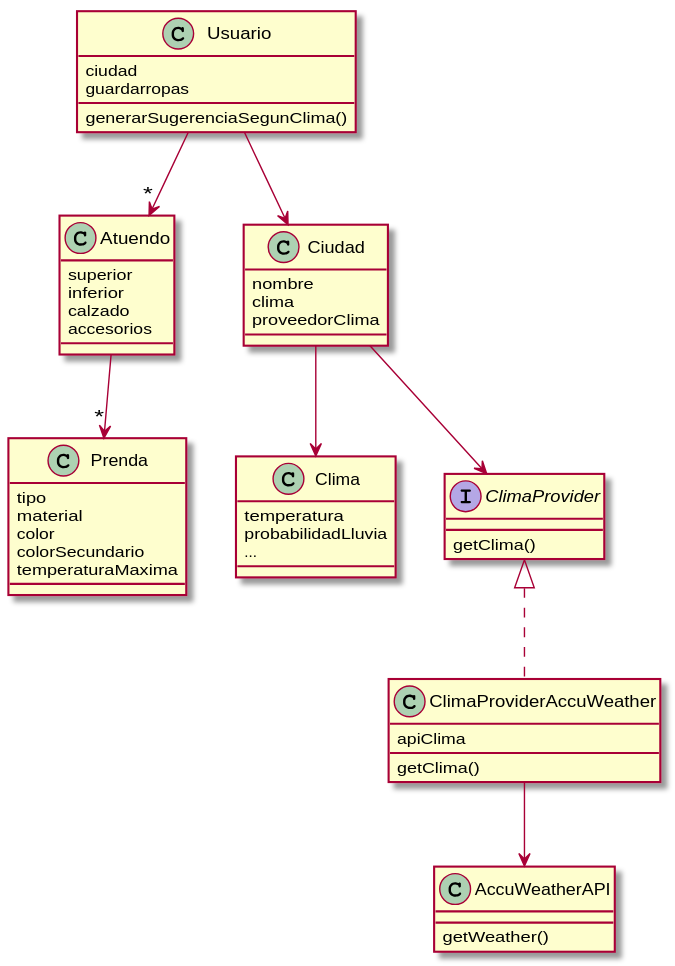
Before: Diagrama de clases.svg, a diagram exported from PlantUML (jaks97/DdS-Que-Me-Pongo).
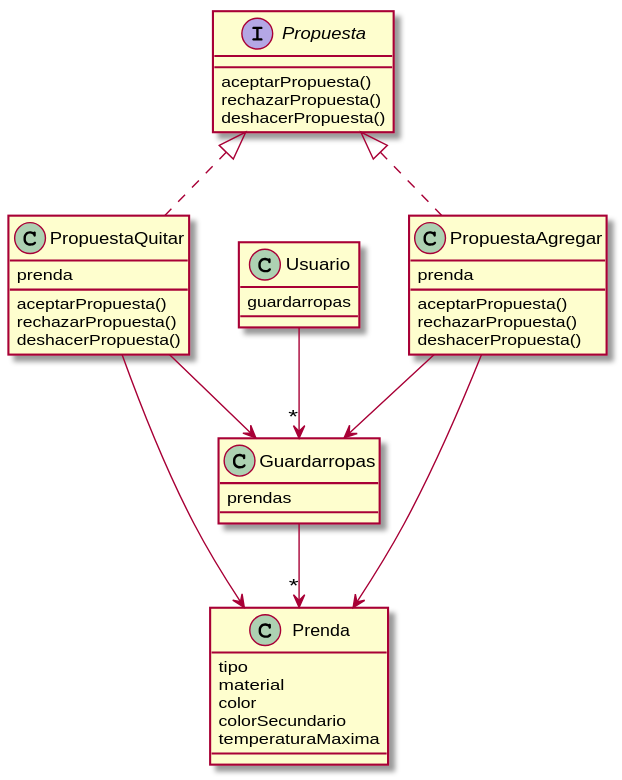
Above is the later version.

What changed in the source:
```diff
@@ -1,21 +1,4 @@
 @startuml
-class Atuendo {
-  superior
-  inferior
-  calzado
-  accesorios
-}
-
-class AccuWeatherAPI {
-  getWeather()
-}
-
-class Clima {
-  temperatura
-  probabilidadLluvia
-  ...
-}
-
 class Prenda {
   tipo
   material
@@ -24,33 +7,40 @@
   temperaturaMaxima
 }
 
-
-class Ciudad {
-  nombre
-  clima
-  proveedorClima
+class Usuario {
+  guardarropas
 }
 
-interface ClimaProvider {
-  getClima()
+class Guardarropas {
+  prendas
 }
 
-class ClimaProviderAccuWeather {
-  apiClima
-  getClima()
+interface Propuesta {
+  aceptarPropuesta()
+  rechazarPropuesta()
+  deshacerPropuesta()
 }
 
-class Usuario {
-  ciudad
-  guardarropas
-  generarSugerenciaSegunClima()
+class PropuestaAgregar {
+  prenda
+  aceptarPropuesta()
+  rechazarPropuesta()
+  deshacerPropuesta()
 }
 
-Ciudad --> ClimaProvider
-ClimaProvider <|.. ClimaProviderAccuWeather
-Atuendo --> "*"Prenda
-Usuario --> "*"Atuendo
-Usuario --> Ciudad
-Ciudad --> Clima
-ClimaProviderAccuWeather --> AccuWeatherAPI
+class PropuestaQuitar {
+  prenda
+  aceptarPropuesta()
+  rechazarPropuesta()
+  deshacerPropuesta()
+}
+
+Usuario --> "*"Guardarropas
+Guardarropas --> "*"Prenda
+Propuesta <|.. PropuestaAgregar
+Propuesta <|.. PropuestaQuitar
+PropuestaAgregar --> Guardarropas
+PropuestaAgregar --> Prenda
+PropuestaQuitar --> Guardarropas
+PropuestaQuitar --> Prenda
 @enduml
```
